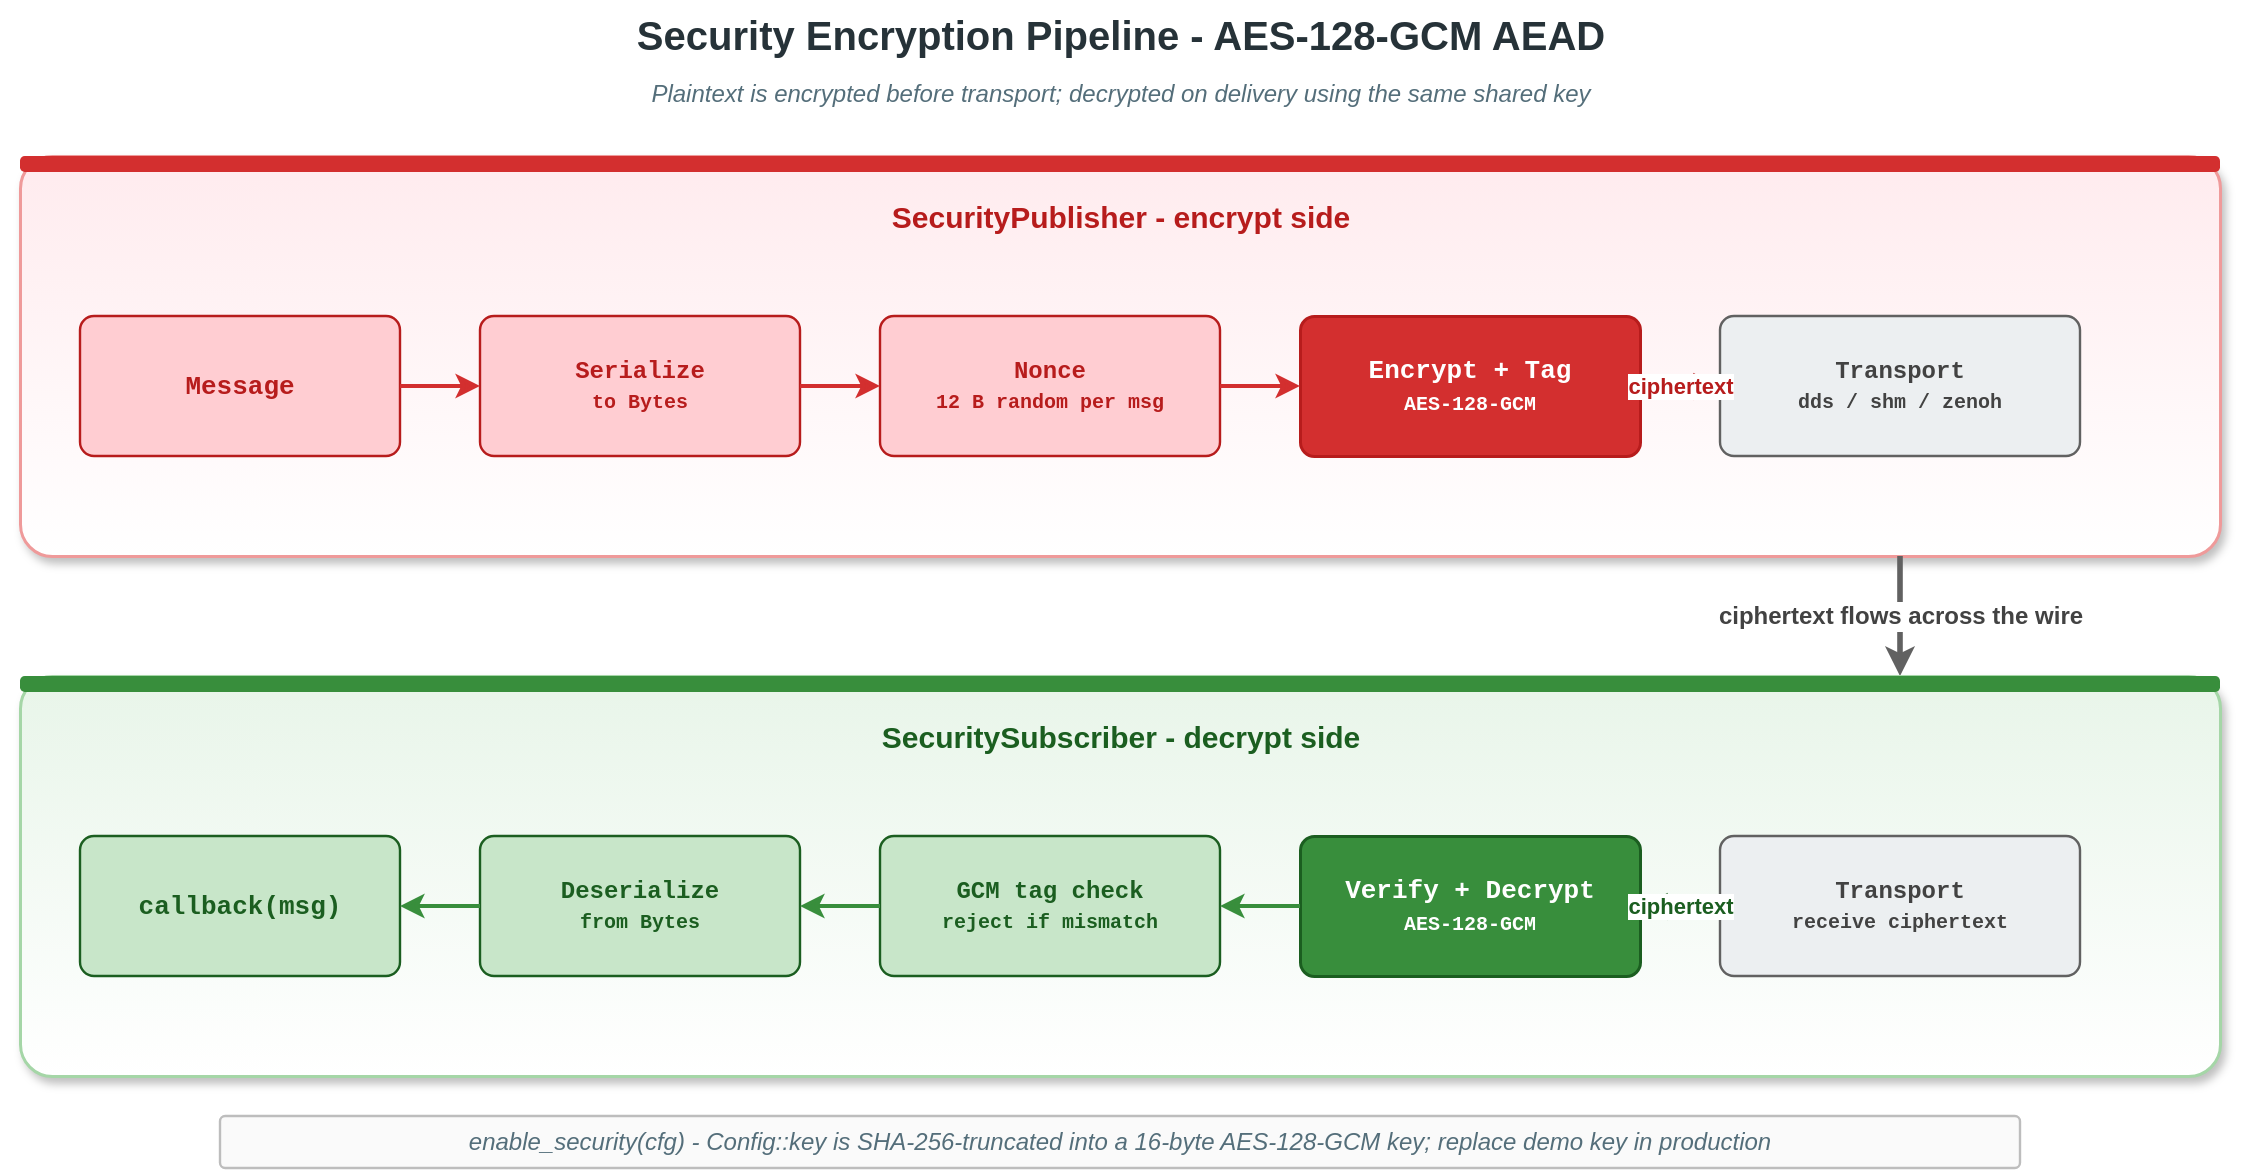
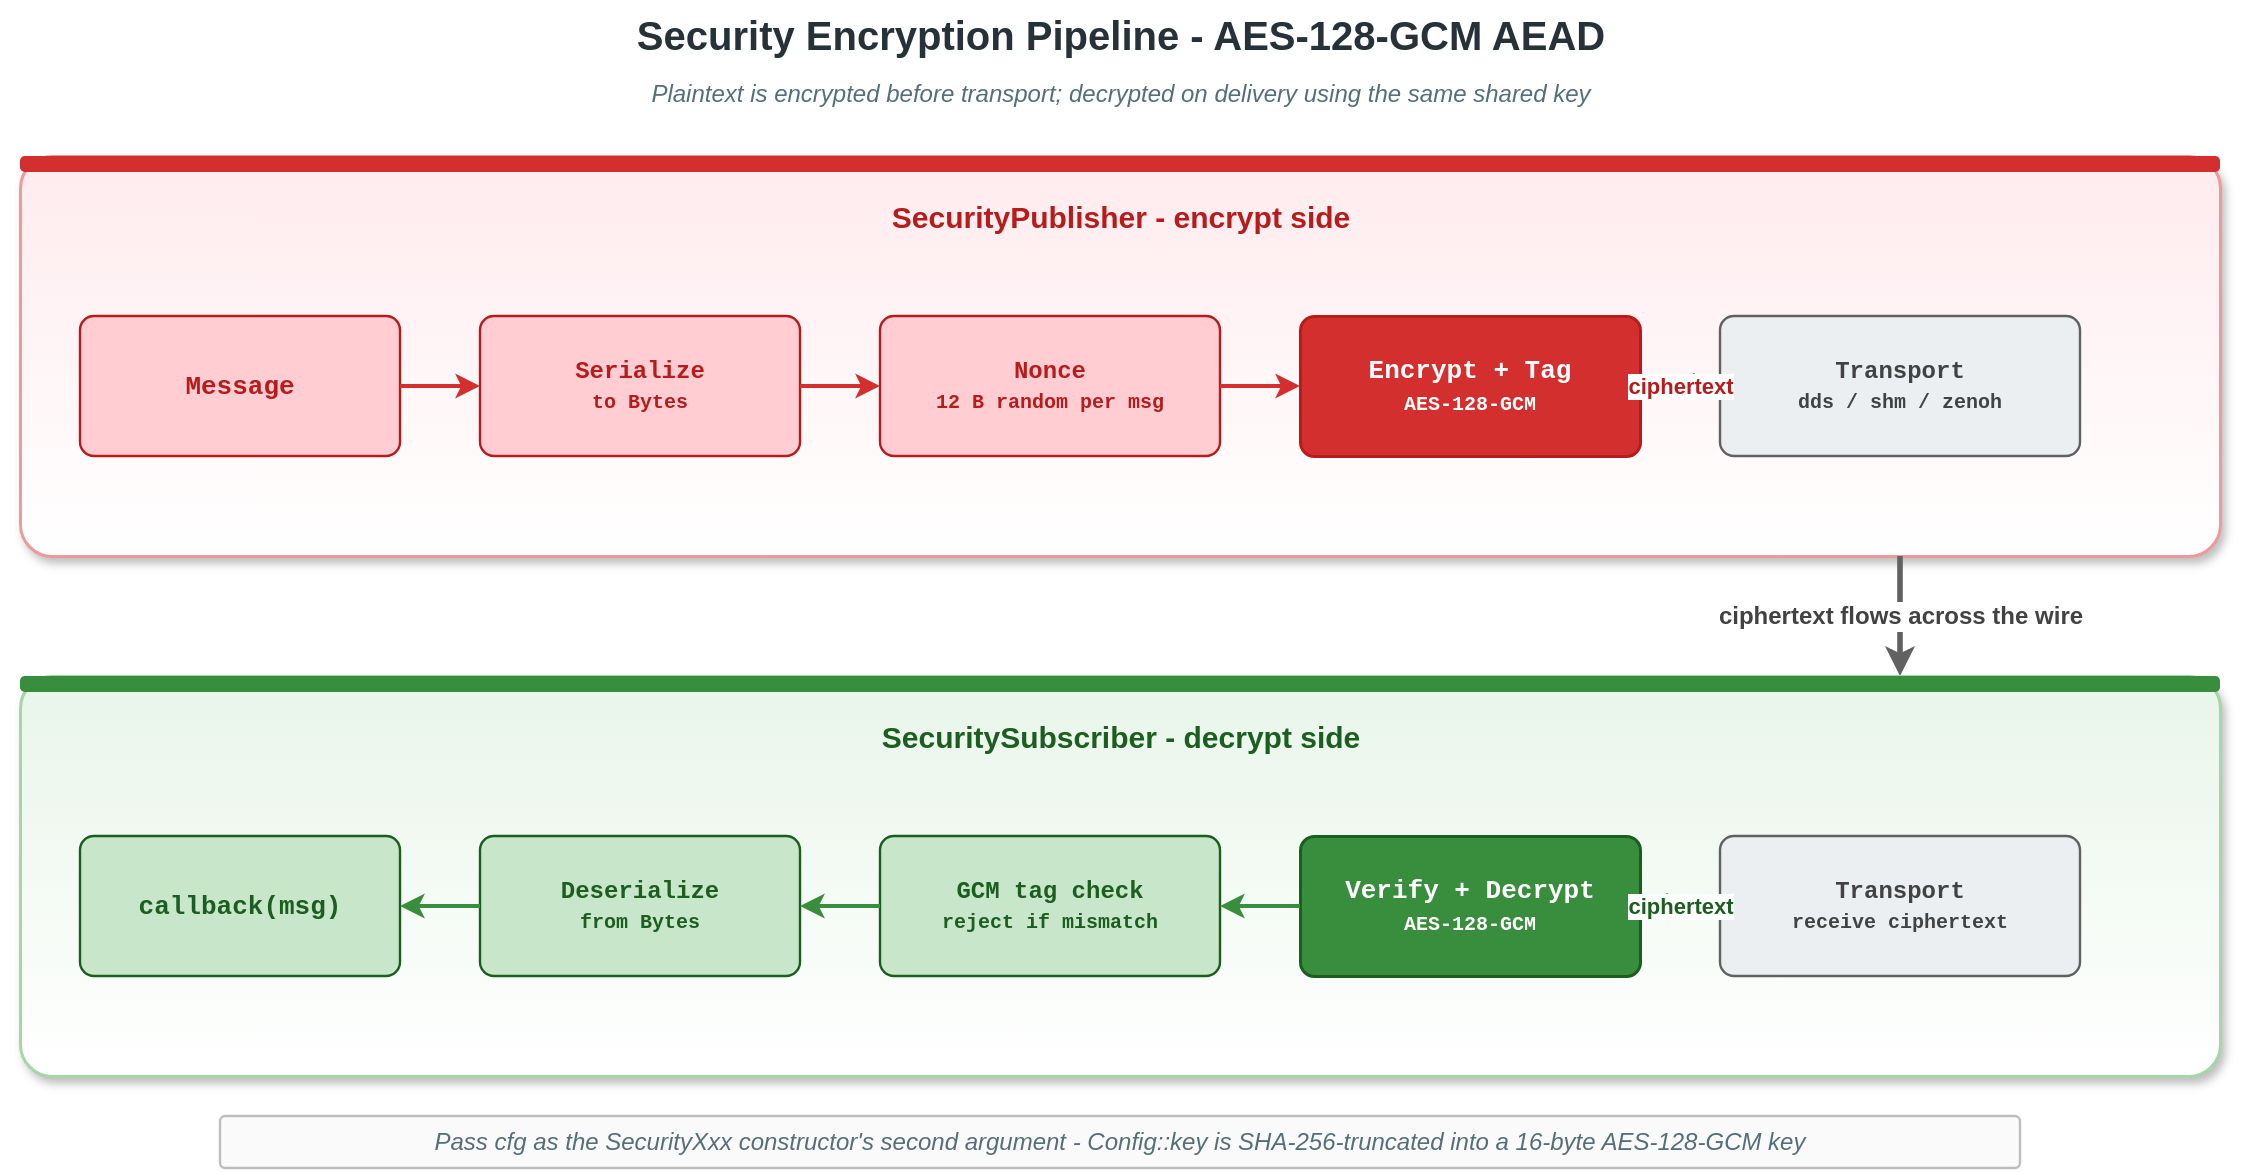
<mxfile host="app.diagrams.net" modified="2026-04-23T00:00:00.000Z" agent="Claude" version="24.0.0" type="device">
  <diagram id="security-encryption" name="Security Encryption Pipeline">
    <mxGraphModel dx="1180" dy="620" grid="0" gridSize="10" guides="1" tooltips="1" connect="1" arrows="1" fold="1" page="1" pageScale="1" pageWidth="1180" pageHeight="620" math="0" shadow="0">
      <root>
        <mxCell id="0" />
        <mxCell id="1" parent="0" />

        <mxCell id="title" value="Security Encryption Pipeline  -  AES-128-GCM AEAD" style="text;html=1;align=center;verticalAlign=middle;strokeColor=none;fillColor=none;fontSize=20;fontStyle=1;fontColor=#263238;" vertex="1" parent="1">
          <mxGeometry x="30" y="22" width="1120" height="34" as="geometry" />
        </mxCell>
        <mxCell id="subtitle" value="Plaintext is encrypted before transport; decrypted on delivery using the same shared key" style="text;html=1;align=center;verticalAlign=middle;strokeColor=none;fillColor=none;fontSize=12;fontStyle=2;fontColor=#546e7a;" vertex="1" parent="1">
          <mxGeometry x="30" y="58" width="1120" height="22" as="geometry" />
        </mxCell>

        <mxCell id="pubBg" value="" style="rounded=1;whiteSpace=wrap;html=1;fillColor=#ffffff;strokeColor=#ef9a9a;strokeWidth=1.5;arcSize=8;shadow=1;gradientColor=#ffebee;gradientDirection=north;" vertex="1" parent="1">
          <mxGeometry x="40" y="100" width="1100" height="200" as="geometry" />
        </mxCell>
        <mxCell id="pubBar" value="" style="rounded=1;whiteSpace=wrap;html=1;fillColor=#d32f2f;strokeColor=none;arcSize=30;" vertex="1" parent="1">
          <mxGeometry x="40" y="100" width="1100" height="8" as="geometry" />
        </mxCell>
        <mxCell id="pubT" value="SecurityPublisher  -  encrypt side" style="text;html=1;align=center;verticalAlign=middle;strokeColor=none;fillColor=none;fontSize=15;fontStyle=1;fontColor=#b71c1c;" vertex="1" parent="1">
          <mxGeometry x="40" y="116" width="1100" height="28" as="geometry" />
        </mxCell>

        <mxCell id="pMsg" value="Message&lt;T&gt;" style="rounded=1;whiteSpace=wrap;html=1;fillColor=#ffcdd2;strokeColor=#b71c1c;strokeWidth=1.2;fontSize=13;fontFamily=Courier New;fontStyle=1;fontColor=#b71c1c;arcSize=10;" vertex="1" parent="1">
          <mxGeometry x="70" y="180" width="160" height="70" as="geometry" />
        </mxCell>
        <mxCell id="pSer" value="Serialize&lt;br&gt;&lt;span style=&quot;font-size:10px&quot;&gt;to Bytes&lt;/span&gt;" style="rounded=1;whiteSpace=wrap;html=1;fillColor=#ffcdd2;strokeColor=#b71c1c;strokeWidth=1.2;fontSize=12;fontFamily=Courier New;fontStyle=1;fontColor=#b71c1c;arcSize=10;" vertex="1" parent="1">
          <mxGeometry x="270" y="180" width="160" height="70" as="geometry" />
        </mxCell>
        <mxCell id="pPad" value="Nonce&lt;br&gt;&lt;span style=&quot;font-size:10px&quot;&gt;12 B random per msg&lt;/span&gt;" style="rounded=1;whiteSpace=wrap;html=1;fillColor=#ffcdd2;strokeColor=#b71c1c;strokeWidth=1.2;fontSize=12;fontFamily=Courier New;fontStyle=1;fontColor=#b71c1c;arcSize=10;" vertex="1" parent="1">
          <mxGeometry x="470" y="180" width="170" height="70" as="geometry" />
        </mxCell>
        <mxCell id="pEnc" value="Encrypt + Tag&lt;br&gt;&lt;span style=&quot;font-size:10px&quot;&gt;AES-128-GCM&lt;/span&gt;" style="rounded=1;whiteSpace=wrap;html=1;fillColor=#d32f2f;strokeColor=#b71c1c;strokeWidth=1.5;fontSize=13;fontFamily=Courier New;fontStyle=1;fontColor=#ffffff;arcSize=10;" vertex="1" parent="1">
          <mxGeometry x="680" y="180" width="170" height="70" as="geometry" />
        </mxCell>
        <mxCell id="pTx" value="Transport&lt;br&gt;&lt;span style=&quot;font-size:10px&quot;&gt;dds / shm / zenoh&lt;/span&gt;" style="rounded=1;whiteSpace=wrap;html=1;fillColor=#eceff1;strokeColor=#616161;strokeWidth=1.2;fontSize=12;fontFamily=Courier New;fontStyle=1;fontColor=#424242;arcSize=10;" vertex="1" parent="1">
          <mxGeometry x="890" y="180" width="180" height="70" as="geometry" />
        </mxCell>

        <mxCell id="pA1" value="" style="endArrow=classic;endFill=1;html=1;strokeWidth=2;strokeColor=#d32f2f;exitX=1;exitY=0.5;entryX=0;entryY=0.5;rounded=1;" edge="1" parent="1" source="pMsg" target="pSer">
          <mxGeometry relative="1" as="geometry" />
        </mxCell>
        <mxCell id="pA2" value="" style="endArrow=classic;endFill=1;html=1;strokeWidth=2;strokeColor=#d32f2f;exitX=1;exitY=0.5;entryX=0;entryY=0.5;rounded=1;" edge="1" parent="1" source="pSer" target="pPad">
          <mxGeometry relative="1" as="geometry" />
        </mxCell>
        <mxCell id="pA3" value="" style="endArrow=classic;endFill=1;html=1;strokeWidth=2;strokeColor=#d32f2f;exitX=1;exitY=0.5;entryX=0;entryY=0.5;rounded=1;" edge="1" parent="1" source="pPad" target="pEnc">
          <mxGeometry relative="1" as="geometry" />
        </mxCell>
        <mxCell id="pA4" value="ciphertext" style="endArrow=classic;endFill=1;html=1;strokeWidth=2.4;strokeColor=#b71c1c;fontSize=11;fontStyle=1;fontColor=#b71c1c;exitX=1;exitY=0.5;entryX=0;entryY=0.5;labelBackgroundColor=#ffffff;rounded=1;" edge="1" parent="1" source="pEnc" target="pTx">
          <mxGeometry relative="1" as="geometry" />
        </mxCell>

        <mxCell id="xWire" value="ciphertext flows across the wire" style="endArrow=classic;endFill=1;html=1;strokeWidth=2.8;strokeColor=#616161;fontSize=12;fontStyle=1;fontColor=#424242;labelBackgroundColor=#ffffff;rounded=1;edgeStyle=orthogonalEdgeStyle;" edge="1" parent="1">
          <mxGeometry relative="1" as="geometry">
            <mxPoint x="980" y="300" as="sourcePoint" />
            <mxPoint x="980" y="360" as="targetPoint" />
          </mxGeometry>
        </mxCell>

        <mxCell id="subBg" value="" style="rounded=1;whiteSpace=wrap;html=1;fillColor=#ffffff;strokeColor=#a5d6a7;strokeWidth=1.5;arcSize=8;shadow=1;gradientColor=#e8f5e9;gradientDirection=north;" vertex="1" parent="1">
          <mxGeometry x="40" y="360" width="1100" height="200" as="geometry" />
        </mxCell>
        <mxCell id="subBar" value="" style="rounded=1;whiteSpace=wrap;html=1;fillColor=#388e3c;strokeColor=none;arcSize=30;" vertex="1" parent="1">
          <mxGeometry x="40" y="360" width="1100" height="8" as="geometry" />
        </mxCell>
        <mxCell id="subT" value="SecuritySubscriber  -  decrypt side" style="text;html=1;align=center;verticalAlign=middle;strokeColor=none;fillColor=none;fontSize=15;fontStyle=1;fontColor=#1b5e20;" vertex="1" parent="1">
          <mxGeometry x="40" y="376" width="1100" height="28" as="geometry" />
        </mxCell>

        <mxCell id="sRx" value="Transport&lt;br&gt;&lt;span style=&quot;font-size:10px&quot;&gt;receive ciphertext&lt;/span&gt;" style="rounded=1;whiteSpace=wrap;html=1;fillColor=#eceff1;strokeColor=#616161;strokeWidth=1.2;fontSize=12;fontFamily=Courier New;fontStyle=1;fontColor=#424242;arcSize=10;" vertex="1" parent="1">
          <mxGeometry x="890" y="440" width="180" height="70" as="geometry" />
        </mxCell>
        <mxCell id="sDec" value="Verify + Decrypt&lt;br&gt;&lt;span style=&quot;font-size:10px&quot;&gt;AES-128-GCM&lt;/span&gt;" style="rounded=1;whiteSpace=wrap;html=1;fillColor=#388e3c;strokeColor=#1b5e20;strokeWidth=1.5;fontSize=13;fontFamily=Courier New;fontStyle=1;fontColor=#ffffff;arcSize=10;" vertex="1" parent="1">
          <mxGeometry x="680" y="440" width="170" height="70" as="geometry" />
        </mxCell>
        <mxCell id="sUnpad" value="GCM tag check&lt;br&gt;&lt;span style=&quot;font-size:10px&quot;&gt;reject if mismatch&lt;/span&gt;" style="rounded=1;whiteSpace=wrap;html=1;fillColor=#c8e6c9;strokeColor=#1b5e20;strokeWidth=1.2;fontSize=12;fontFamily=Courier New;fontStyle=1;fontColor=#1b5e20;arcSize=10;" vertex="1" parent="1">
          <mxGeometry x="470" y="440" width="170" height="70" as="geometry" />
        </mxCell>
        <mxCell id="sDeser" value="Deserialize&lt;br&gt;&lt;span style=&quot;font-size:10px&quot;&gt;from Bytes&lt;/span&gt;" style="rounded=1;whiteSpace=wrap;html=1;fillColor=#c8e6c9;strokeColor=#1b5e20;strokeWidth=1.2;fontSize=12;fontFamily=Courier New;fontStyle=1;fontColor=#1b5e20;arcSize=10;" vertex="1" parent="1">
          <mxGeometry x="270" y="440" width="160" height="70" as="geometry" />
        </mxCell>
        <mxCell id="sCb" value="callback(msg)" style="rounded=1;whiteSpace=wrap;html=1;fillColor=#c8e6c9;strokeColor=#1b5e20;strokeWidth=1.2;fontSize=13;fontFamily=Courier New;fontStyle=1;fontColor=#1b5e20;arcSize=10;" vertex="1" parent="1">
          <mxGeometry x="70" y="440" width="160" height="70" as="geometry" />
        </mxCell>

        <mxCell id="sA1" value="ciphertext" style="endArrow=classic;endFill=1;html=1;strokeWidth=2.4;strokeColor=#1b5e20;fontSize=11;fontStyle=1;fontColor=#1b5e20;exitX=0;exitY=0.5;entryX=1;entryY=0.5;labelBackgroundColor=#ffffff;rounded=1;" edge="1" parent="1" source="sRx" target="sDec">
          <mxGeometry relative="1" as="geometry" />
        </mxCell>
        <mxCell id="sA2" value="" style="endArrow=classic;endFill=1;html=1;strokeWidth=2;strokeColor=#388e3c;exitX=0;exitY=0.5;entryX=1;entryY=0.5;rounded=1;" edge="1" parent="1" source="sDec" target="sUnpad">
          <mxGeometry relative="1" as="geometry" />
        </mxCell>
        <mxCell id="sA3" value="" style="endArrow=classic;endFill=1;html=1;strokeWidth=2;strokeColor=#388e3c;exitX=0;exitY=0.5;entryX=1;entryY=0.5;rounded=1;" edge="1" parent="1" source="sUnpad" target="sDeser">
          <mxGeometry relative="1" as="geometry" />
        </mxCell>
        <mxCell id="sA4" value="" style="endArrow=classic;endFill=1;html=1;strokeWidth=2;strokeColor=#388e3c;exitX=0;exitY=0.5;entryX=1;entryY=0.5;rounded=1;" edge="1" parent="1" source="sDeser" target="sCb">
          <mxGeometry relative="1" as="geometry" />
        </mxCell>

-         <mxCell id="note1" value="enable_security(cfg)   -   Config::key is SHA-256-truncated into a 16-byte AES-128-GCM key; replace demo key in production" style="rounded=1;whiteSpace=wrap;html=1;fillColor=#fafafa;strokeColor=#bdbdbd;strokeWidth=1.2;fontSize=12;fontStyle=2;fontColor=#546e7a;arcSize=10;" vertex="1" parent="1">
+         <mxCell id="note1" value="Pass cfg as the SecurityXxx constructor's second argument   -   Config::key is SHA-256-truncated into a 16-byte AES-128-GCM key" style="rounded=1;whiteSpace=wrap;html=1;fillColor=#fafafa;strokeColor=#bdbdbd;strokeWidth=1.2;fontSize=12;fontStyle=2;fontColor=#546e7a;arcSize=10;" vertex="1" parent="1">
          <mxGeometry x="140" y="580" width="900" height="26" as="geometry" />
        </mxCell>

      </root>
    </mxGraphModel>
  </diagram>
</mxfile>
